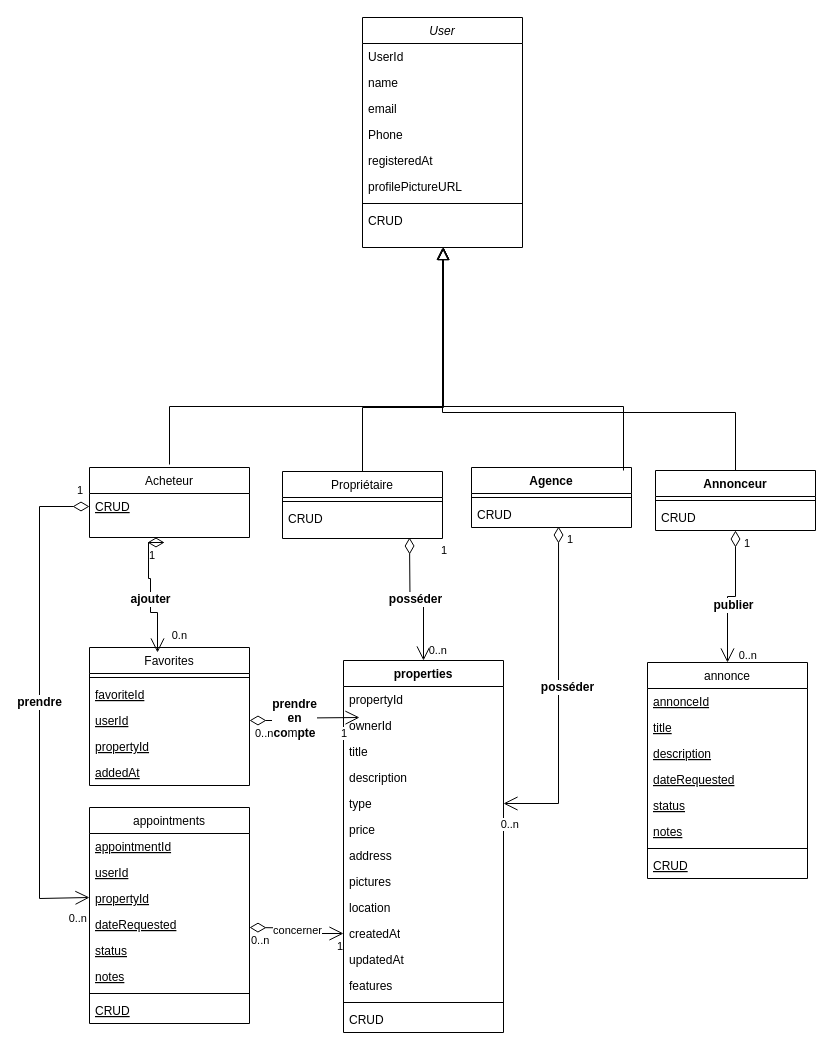
Before: Untitled Diagram.drawio in BilelDespecio/ToDoAppGoal, a draw.io diagram. Source tidied: cells renumbered, new cells numbered last; positions are measured from the earlier drawing's top-left corner, leaving out a move shared by most shapes. Both pictures are drawn from the tidied source at 100%, with x=0, y=0 at pixel (39, 17).
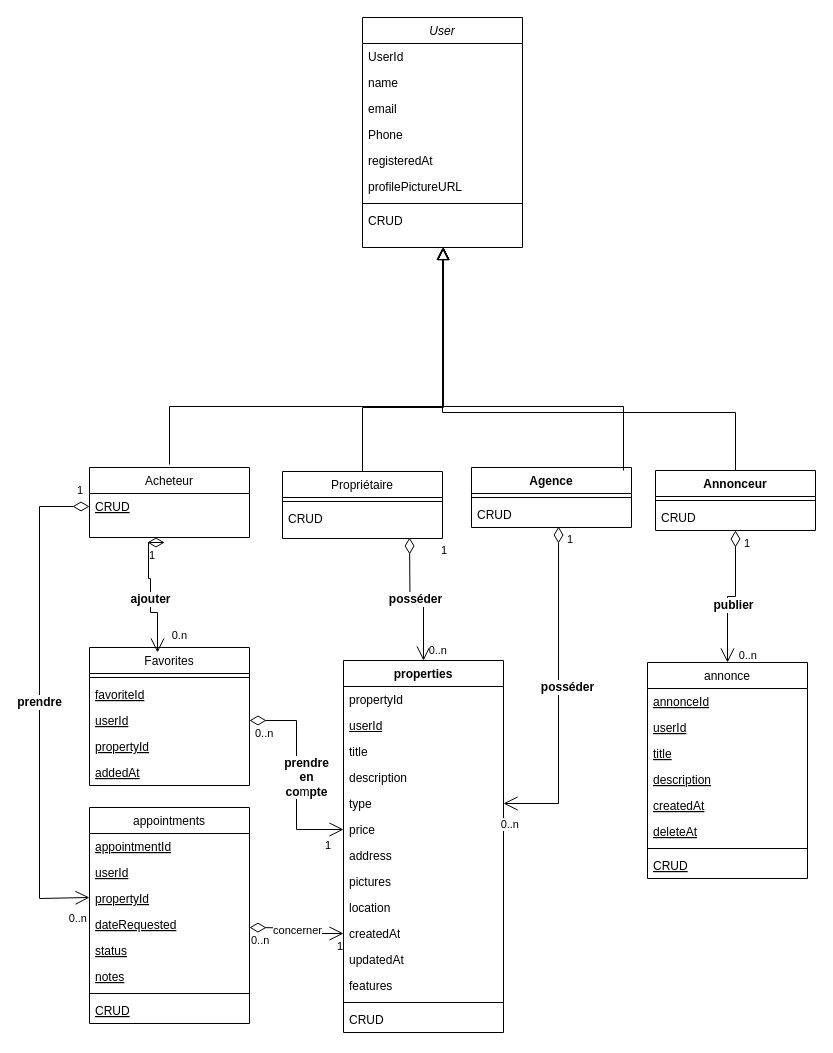
Above is the later version.

Commit message:
Mettre à jour Untitled Diagram.drawio

Unchanged cells that the change refers to:
```xml
<mxCell id="22" value="properties" style="swimlane;fontStyle=1;align=center;verticalAlign=top;horizontal=1;startSize=26;whiteSpace=wrap;html=1;" parent="1" vertex="1">
  <mxGeometry x="304" y="643" width="160" height="372" as="geometry" />
</mxCell>
<mxCell id="28" value="price" style="text;strokeColor=none;fillColor=none;align=left;verticalAlign=top;spacingLeft=4;spacingRight=4;overflow=hidden;points=[[0,0.5],[1,0.5]];portConstraint=eastwest;whiteSpace=wrap;html=1;" parent="22" vertex="1">
  <mxGeometry y="156" width="160" height="26" as="geometry" />
</mxCell>
<mxCell id="40" value="userId" style="text;align=left;verticalAlign=top;spacingLeft=4;spacingRight=4;overflow=hidden;points=[[0,0.5],[1,0.5]];portConstraint=eastwest;fontStyle=4;" parent="37" vertex="1">
  <mxGeometry y="60" width="160" height="26" as="geometry" />
</mxCell>
<mxCell id="71" value="annonce" style="swimlane;fontStyle=0;align=center;verticalAlign=top;horizontal=1;startSize=26;rounded=0;shadow=0;strokeWidth=1;fontColor=default;" parent="1" vertex="1">
  <mxGeometry x="608" y="645" width="160" height="216" as="geometry" />
</mxCell>
```

Change to the diagram source:
```diff
@@
-    <mxCell id="24" value="ownerId" style="text;strokeColor=none;fillColor=none;align=left;verticalAlign=top;spacingLeft=4;spacingRight=4;overflow=hidden;whiteSpace=wrap;html=1;" parent="22" vertex="1">
+    <mxCell id="24" value="&lt;span style=&quot;text-wrap-mode: nowrap; text-decoration-line: underline;&quot;&gt;userId&lt;/span&gt;" style="text;strokeColor=none;fillColor=none;align=left;verticalAlign=top;spacingLeft=4;spacingRight=4;overflow=hidden;whiteSpace=wrap;html=1;" parent="22" vertex="1">
       <mxGeometry y="52" width="160" height="26" as="geometry" />
     </mxCell>
@@
-    <mxCell id="61" value="&lt;span style=&quot;background-color: light-dark(#ffffff, var(--ge-dark-color, #121212));&quot;&gt;&lt;span style=&quot;font-size: 12px; font-weight: 700; text-wrap-mode: wrap;&quot;&gt;prendre en co&lt;/span&gt;&lt;span style=&quot;font-size: 12px; font-weight: 700; text-wrap-mode: wrap;&quot;&gt;&lt;span style=&quot;font-weight: 400; text-wrap-mode: nowrap;&quot;&gt;m&lt;/span&gt;pte&lt;/span&gt;&lt;/span&gt;" style="endArrow=open;html=1;endSize=12;startArrow=diamondThin;startSize=14;startFill=0;edgeStyle=orthogonalEdgeStyle;rounded=0;exitX=1;exitY=0.5;exitDx=0;exitDy=0;" parent="1" edge="1" source="40">
-      <mxGeometry x="0.02" y="10" relative="1" as="geometry">
-        <mxPoint x="320" y="700" as="targetPoint" />
-      </mxGeometry>
+    <mxCell id="61" value="&lt;span style=&quot;background-color: light-dark(#ffffff, var(--ge-dark-color, #121212));&quot;&gt;&lt;span style=&quot;font-size: 12px; font-weight: 700; text-wrap-mode: wrap;&quot;&gt;prendre en co&lt;/span&gt;&lt;span style=&quot;font-size: 12px; font-weight: 700; text-wrap-mode: wrap;&quot;&gt;&lt;span style=&quot;font-weight: 400; text-wrap-mode: nowrap;&quot;&gt;m&lt;/span&gt;pte&lt;/span&gt;&lt;/span&gt;" style="endArrow=open;html=1;endSize=12;startArrow=diamondThin;startSize=14;startFill=0;edgeStyle=orthogonalEdgeStyle;rounded=0;exitX=1;exitY=0.5;exitDx=0;exitDy=0;entryX=0;entryY=0.5;entryDx=0;entryDy=0;" parent="1" edge="1" source="40" target="28">
+      <mxGeometry x="0.02" y="10" relative="1" as="geometry" />
     </mxCell>
@@
+    <mxCell id="76" value="userId" style="text;align=left;verticalAlign=top;spacingLeft=4;spacingRight=4;overflow=hidden;fontStyle=4;" parent="71" vertex="1">
+      <mxGeometry y="52" width="160" height="26" as="geometry" />
+    </mxCell>
     <mxCell id="73" value="title" style="text;align=left;verticalAlign=top;spacingLeft=4;spacingRight=4;overflow=hidden;fontStyle=4;" parent="71" vertex="1">
-      <mxGeometry y="52" width="160" height="26" as="geometry" />
+      <mxGeometry y="78" width="160" height="26" as="geometry" />
     </mxCell>
     <mxCell id="74" value="description" style="text;align=left;verticalAlign=top;spacingLeft=4;spacingRight=4;overflow=hidden;fontStyle=4;" parent="71" vertex="1">
-      <mxGeometry y="78" width="160" height="26" as="geometry" />
+      <mxGeometry y="104" width="160" height="26" as="geometry" />
     </mxCell>
-    <mxCell id="75" value="dateRequested" style="text;align=left;verticalAlign=top;spacingLeft=4;spacingRight=4;overflow=hidden;fontStyle=4;" parent="71" vertex="1">
-      <mxGeometry y="104" width="160" height="26" as="geometry" />
+    <mxCell id="75" value="createdAt" style="text;align=left;verticalAlign=top;spacingLeft=4;spacingRight=4;overflow=hidden;fontStyle=4;" parent="71" vertex="1">
+      <mxGeometry y="130" width="160" height="26" as="geometry" />
     </mxCell>
-    <mxCell id="76" value="status" style="text;align=left;verticalAlign=top;spacingLeft=4;spacingRight=4;overflow=hidden;fontStyle=4;" parent="71" vertex="1">
-      <mxGeometry y="130" width="160" height="26" as="geometry" />
-    </mxCell>
-    <mxCell id="77" value="notes" style="text;align=left;verticalAlign=top;spacingLeft=4;spacingRight=4;overflow=hidden;fontStyle=4;" parent="71" vertex="1">
+    <mxCell id="77" value="deleteAt" style="text;align=left;verticalAlign=top;spacingLeft=4;spacingRight=4;overflow=hidden;fontStyle=4;" parent="71" vertex="1">
       <mxGeometry y="156" width="160" height="26" as="geometry" />
     </mxCell>
```
